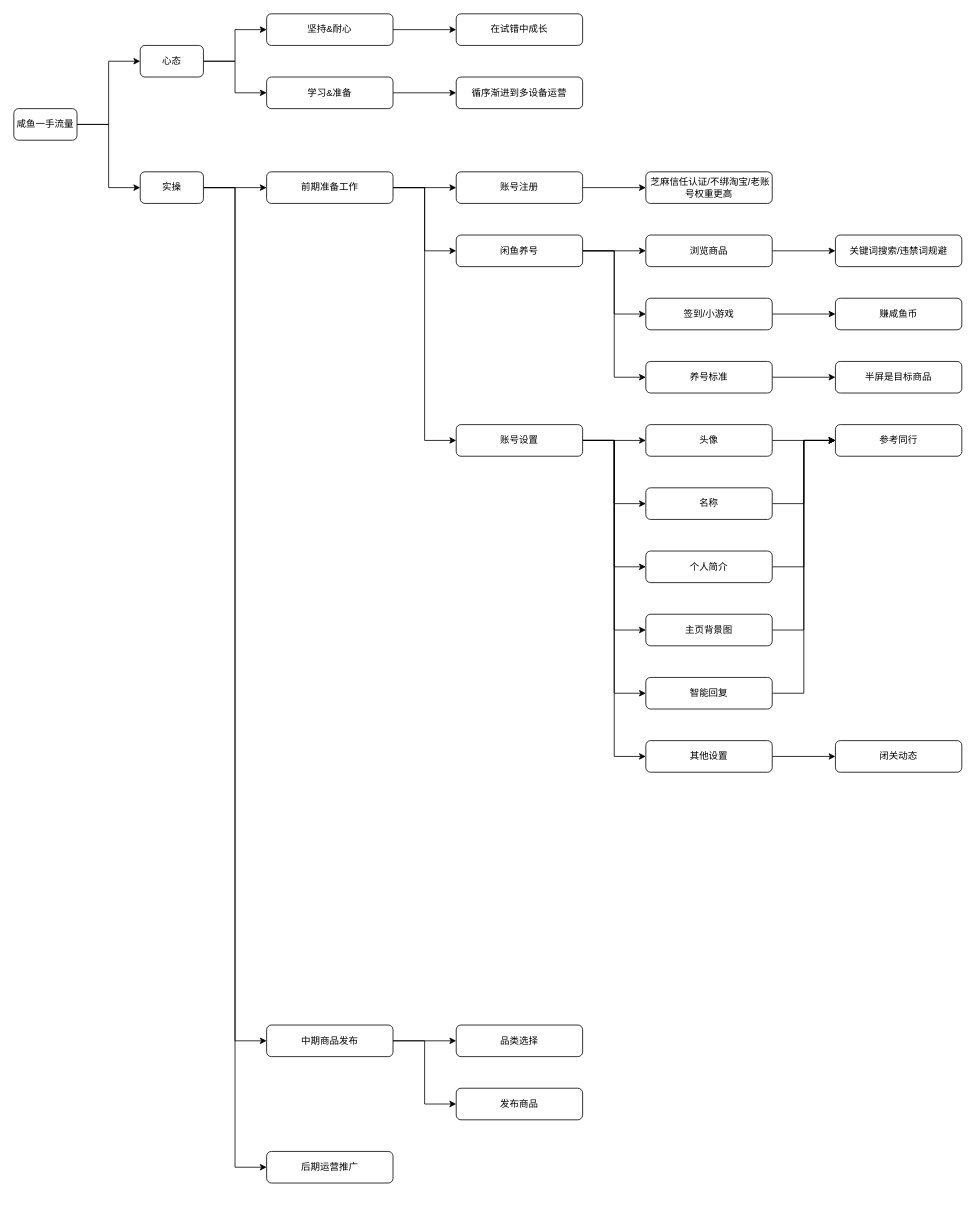
Earlier version of the draw.io diagram page "第 3 页" (3 of 3) of AI prompt.drawio (youyusan/AI_prompt). Source tidied: cells renumbered, new cells numbered last; positions are measured from the earlier drawing's top-left corner, leaving out a move shared by most shapes. Both pictures are drawn from the tidied source at 79%, with x=0, y=0 at pixel (13, 13).
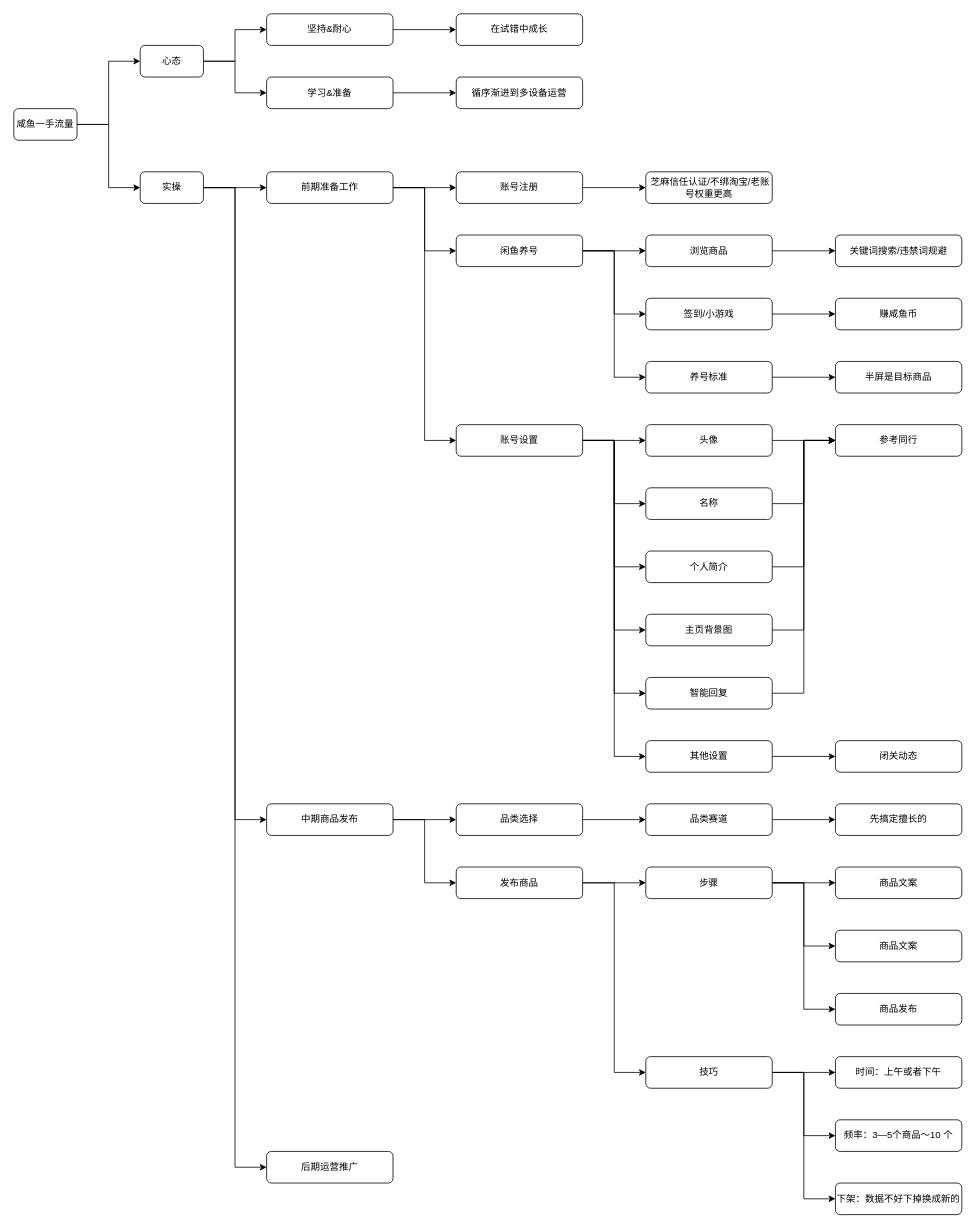
After the change.

The edit, as a diff of the source:
```diff
@@
     <mxCell id="22" value="中期商品发布" style="rounded=1;whiteSpace=wrap;html=1;" parent="1" vertex="1">
-      <mxGeometry x="320" y="1280" width="160" height="40" as="geometry" />
+      <mxGeometry x="320" y="1000" width="160" height="40" as="geometry" />
     </mxCell>
@@
+    <mxCell id="65" style="edgeStyle=orthogonalEdgeStyle;rounded=0;hachureGap=4;jettySize=auto;html=1;fontFamily=Architects Daughter;" parent="1" edge="1" source="38" target="69">
+      <mxGeometry relative="1" as="geometry" />
+    </mxCell>
     <mxCell id="38" value="品类选择" style="rounded=1;whiteSpace=wrap;html=1;" parent="1" vertex="1">
-      <mxGeometry x="560" y="1280" width="160" height="40" as="geometry" />
+      <mxGeometry x="560" y="1000" width="160" height="40" as="geometry" />
     </mxCell>
+    <mxCell id="66" style="edgeStyle=orthogonalEdgeStyle;shape=connector;rounded=0;hachureGap=4;jettySize=auto;html=1;strokeColor=default;align=center;verticalAlign=middle;fontFamily=Architects Daughter;fontSize=11;fontColor=default;labelBackgroundColor=default;endArrow=classic;" parent="1" edge="1" source="39" target="73">
+      <mxGeometry relative="1" as="geometry" />
+    </mxCell>
+    <mxCell id="67" style="edgeStyle=orthogonalEdgeStyle;shape=connector;rounded=0;hachureGap=4;jettySize=auto;html=1;entryX=0;entryY=0.5;entryDx=0;entryDy=0;strokeColor=default;align=center;verticalAlign=middle;fontFamily=Architects Daughter;fontSize=11;fontColor=default;labelBackgroundColor=default;endArrow=classic;" parent="1" edge="1" source="39" target="81">
+      <mxGeometry relative="1" as="geometry" />
+    </mxCell>
     <mxCell id="39" value="发布商品" style="rounded=1;whiteSpace=wrap;html=1;" parent="1" vertex="1">
-      <mxGeometry x="560" y="1360" width="160" height="40" as="geometry" />
+      <mxGeometry x="560" y="1080" width="160" height="40" as="geometry" />
     </mxCell>
@@
+    <mxCell id="68" style="edgeStyle=orthogonalEdgeStyle;shape=connector;rounded=0;hachureGap=4;jettySize=auto;html=1;strokeColor=default;align=center;verticalAlign=middle;fontFamily=Architects Daughter;fontSize=11;fontColor=default;labelBackgroundColor=default;endArrow=classic;" parent="1" edge="1" source="69" target="74">
+      <mxGeometry relative="1" as="geometry" />
+    </mxCell>
+    <mxCell id="69" value="品类赛道" style="rounded=1;whiteSpace=wrap;html=1;" parent="1" vertex="1">
+      <mxGeometry x="800" y="1000" width="160" height="40" as="geometry" />
+    </mxCell>
+    <mxCell id="70" style="edgeStyle=orthogonalEdgeStyle;shape=connector;rounded=0;hachureGap=4;jettySize=auto;html=1;strokeColor=default;align=center;verticalAlign=middle;fontFamily=Architects Daughter;fontSize=11;fontColor=default;labelBackgroundColor=default;endArrow=classic;" parent="1" edge="1" source="73" target="77">
+      <mxGeometry relative="1" as="geometry" />
+    </mxCell>
+    <mxCell id="71" style="edgeStyle=orthogonalEdgeStyle;shape=connector;rounded=0;hachureGap=4;jettySize=auto;html=1;entryX=0;entryY=0.5;entryDx=0;entryDy=0;strokeColor=default;align=center;verticalAlign=middle;fontFamily=Architects Daughter;fontSize=11;fontColor=default;labelBackgroundColor=default;endArrow=classic;" parent="1" edge="1" source="73" target="75">
+      <mxGeometry relative="1" as="geometry" />
+    </mxCell>
+    <mxCell id="72" style="edgeStyle=orthogonalEdgeStyle;shape=connector;rounded=0;hachureGap=4;jettySize=auto;html=1;entryX=0;entryY=0.5;entryDx=0;entryDy=0;strokeColor=default;align=center;verticalAlign=middle;fontFamily=Architects Daughter;fontSize=11;fontColor=default;labelBackgroundColor=default;endArrow=classic;" parent="1" edge="1" source="73" target="76">
+      <mxGeometry relative="1" as="geometry" />
+    </mxCell>
+    <mxCell id="73" value="步骤" style="rounded=1;whiteSpace=wrap;html=1;" parent="1" vertex="1">
+      <mxGeometry x="800" y="1080" width="160" height="40" as="geometry" />
+    </mxCell>
+    <mxCell id="74" value="先搞定擅长的" style="rounded=1;whiteSpace=wrap;html=1;" parent="1" vertex="1">
+      <mxGeometry x="1040" y="1000" width="160" height="40" as="geometry" />
+    </mxCell>
+    <mxCell id="75" value="商品文案" style="rounded=1;whiteSpace=wrap;html=1;" parent="1" vertex="1">
+      <mxGeometry x="1040" y="1160" width="160" height="40" as="geometry" />
+    </mxCell>
+    <mxCell id="76" value="商品发布" style="rounded=1;whiteSpace=wrap;html=1;" parent="1" vertex="1">
+      <mxGeometry x="1040" y="1240" width="160" height="40" as="geometry" />
+    </mxCell>
+    <mxCell id="77" value="商品文案" style="rounded=1;whiteSpace=wrap;html=1;" parent="1" vertex="1">
+      <mxGeometry x="1040" y="1080" width="160" height="40" as="geometry" />
+    </mxCell>
+    <mxCell id="78" style="edgeStyle=orthogonalEdgeStyle;shape=connector;rounded=0;hachureGap=4;jettySize=auto;html=1;strokeColor=default;align=center;verticalAlign=middle;fontFamily=Architects Daughter;fontSize=11;fontColor=default;labelBackgroundColor=default;endArrow=classic;" parent="1" edge="1" source="81" target="82">
+      <mxGeometry relative="1" as="geometry" />
+    </mxCell>
+    <mxCell id="79" style="edgeStyle=orthogonalEdgeStyle;shape=connector;rounded=0;hachureGap=4;jettySize=auto;html=1;entryX=0;entryY=0.5;entryDx=0;entryDy=0;strokeColor=default;align=center;verticalAlign=middle;fontFamily=Architects Daughter;fontSize=11;fontColor=default;labelBackgroundColor=default;endArrow=classic;" parent="1" edge="1" source="81" target="83">
+      <mxGeometry relative="1" as="geometry" />
+    </mxCell>
+    <mxCell id="80" style="edgeStyle=orthogonalEdgeStyle;shape=connector;rounded=0;hachureGap=4;jettySize=auto;html=1;entryX=0;entryY=0.5;entryDx=0;entryDy=0;strokeColor=default;align=center;verticalAlign=middle;fontFamily=Architects Daughter;fontSize=11;fontColor=default;labelBackgroundColor=default;endArrow=classic;" parent="1" edge="1" source="81" target="84">
+      <mxGeometry relative="1" as="geometry" />
+    </mxCell>
+    <mxCell id="81" value="技巧" style="rounded=1;whiteSpace=wrap;html=1;" parent="1" vertex="1">
+      <mxGeometry x="800" y="1320" width="160" height="40" as="geometry" />
+    </mxCell>
+    <mxCell id="82" value="时间：上午或者下午" style="rounded=1;whiteSpace=wrap;html=1;" parent="1" vertex="1">
+      <mxGeometry x="1040" y="1320" width="160" height="40" as="geometry" />
+    </mxCell>
+    <mxCell id="83" value="频率：3—5个商品～10 个" style="rounded=1;whiteSpace=wrap;html=1;" parent="1" vertex="1">
+      <mxGeometry x="1040" y="1400" width="160" height="40" as="geometry" />
+    </mxCell>
+    <mxCell id="84" value="下架：数据不好下掉换成新的" style="rounded=1;whiteSpace=wrap;html=1;" parent="1" vertex="1">
+      <mxGeometry x="1040" y="1480" width="160" height="40" as="geometry" />
+    </mxCell>
```
